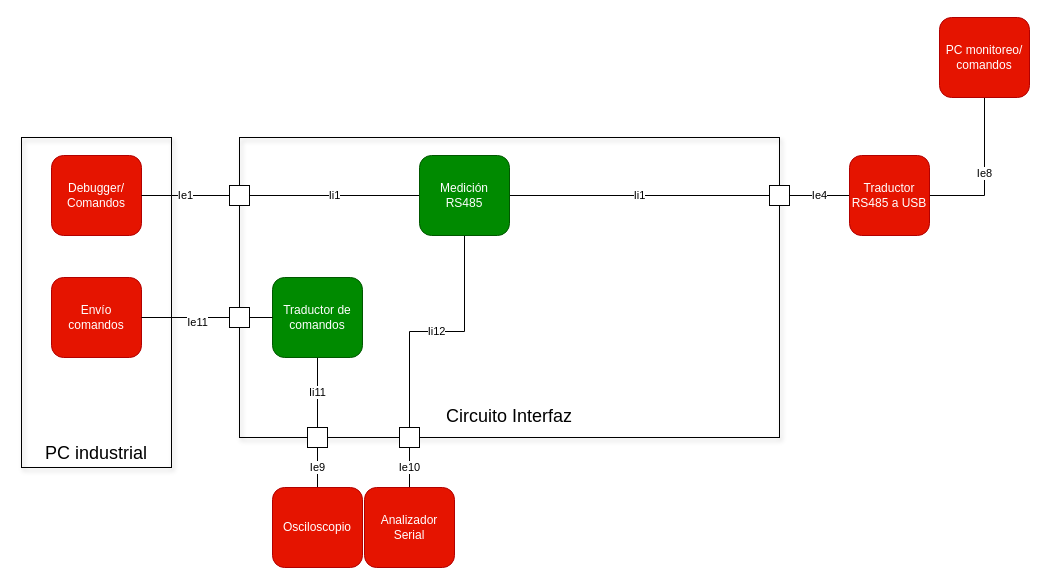
This is page "Page-2" (2 of 2) of Drawio/Ensayo_5.drawio from gvdiaz/Diagramas_simil_Visio, a draw.io file, before an edit. Source tidied: cells renumbered, new cells numbered last; positions are measured from the earlier drawing's top-left corner, leaving out a move shared by most shapes. Both pictures are drawn from the tidied source at 100%, with x=0, y=0 at pixel (21, 17).
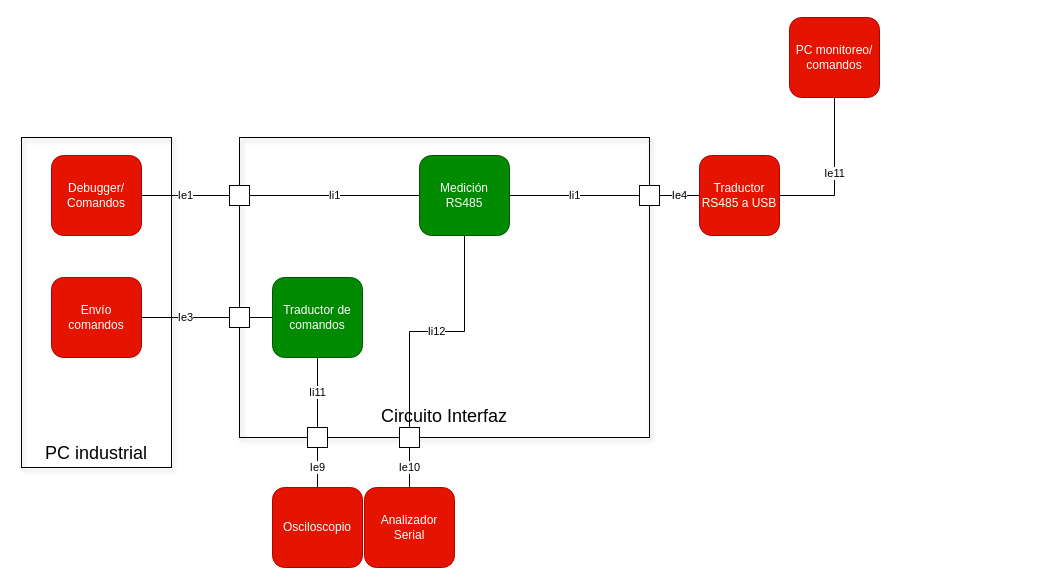
Above is the later version.

Commit message:
Acomodo bloques de diagramas para hacerlo más pequeño.

Unchanged cells that the change refers to:
```xml
<mxCell id="7" value="Envío comandos" style="rounded=1;whiteSpace=wrap;html=1;fillColor=#e51400;strokeColor=#B20000;fontColor=#ffffff;" parent="1" vertex="1">
  <mxGeometry x="30" y="260" width="90" height="80" as="geometry" />
</mxCell>
<mxCell id="12" style="rounded=0;whiteSpace=wrap;html=1;" parent="1" vertex="1">
  <mxGeometry x="208" y="290" width="20" height="20" as="geometry" />
</mxCell>
```

What changed in the source:
```diff
@@
     <mxCell id="3" value="&lt;div align=&quot;left&quot;&gt;&lt;br&gt;&lt;/div&gt;&lt;div align=&quot;left&quot;&gt;&lt;br&gt;&lt;/div&gt;&lt;div align=&quot;left&quot;&gt;&lt;br&gt;&lt;/div&gt;&lt;div align=&quot;left&quot;&gt;&lt;br&gt;&lt;/div&gt;&lt;div align=&quot;left&quot;&gt;&lt;br&gt;&lt;/div&gt;&lt;div align=&quot;left&quot;&gt;&lt;br&gt;&lt;/div&gt;&lt;div align=&quot;left&quot;&gt;&lt;br&gt;&lt;/div&gt;&lt;div align=&quot;left&quot;&gt;&lt;br&gt;&lt;/div&gt;&lt;div align=&quot;left&quot;&gt;&lt;br&gt;&lt;/div&gt;&lt;div align=&quot;left&quot;&gt;&lt;br&gt;&lt;/div&gt;&lt;div align=&quot;left&quot;&gt;&lt;br&gt;&lt;/div&gt;&lt;div align=&quot;left&quot;&gt;&lt;br&gt;&lt;/div&gt;&lt;div align=&quot;left&quot;&gt;Circuito Interfaz&lt;br&gt;&lt;/div&gt;" style="whiteSpace=wrap;html=1;shadow=1;fontSize=18;fillColor=none;" parent="1" vertex="1">
-      <mxGeometry x="218" y="120" width="540" height="300" as="geometry" />
+      <mxGeometry x="218" y="120" width="410" height="300" as="geometry" />
     </mxCell>
@@
-    <mxCell id="15" value="Ie8" style="edgeStyle=orthogonalEdgeStyle;rounded=0;jettySize=auto;html=1;exitX=1;exitY=0.5;exitDx=0;exitDy=0;endArrow=none;endFill=0;" parent="1" edge="1" source="16" target="17">
+    <mxCell id="15" value="Ie11" style="edgeStyle=orthogonalEdgeStyle;rounded=0;jettySize=auto;html=1;exitX=1;exitY=0.5;exitDx=0;exitDy=0;endArrow=none;endFill=0;" parent="1" edge="1" source="16" target="17">
       <mxGeometry relative="1" as="geometry" />
     </mxCell>
     <mxCell id="16" value="Traductor RS485 a USB" style="rounded=1;whiteSpace=wrap;html=1;fillColor=#e51400;strokeColor=#B20000;fontColor=#ffffff;" parent="1" vertex="1">
-      <mxGeometry x="828" y="138" width="80" height="80" as="geometry" />
+      <mxGeometry x="678" y="138" width="80" height="80" as="geometry" />
     </mxCell>
     <mxCell id="17" value="&lt;div&gt;PC monitoreo/&lt;/div&gt;&lt;div&gt;comandos&lt;/div&gt;" style="rounded=1;whiteSpace=wrap;html=1;fillColor=#e51400;strokeColor=#B20000;fontColor=#ffffff;" parent="1" vertex="1">
-      <mxGeometry x="918" width="90" height="80" as="geometry" />
+      <mxGeometry x="768" width="90" height="80" as="geometry" />
     </mxCell>
     <mxCell id="18" style="rounded=0;whiteSpace=wrap;html=1;" parent="1" vertex="1">
-      <mxGeometry x="748" y="168" width="20" height="20" as="geometry" />
+      <mxGeometry x="618" y="168" width="20" height="20" as="geometry" />
     </mxCell>
@@
-    <mxCell id="24" style="edgeStyle=orthogonalEdgeStyle;rounded=0;jettySize=auto;html=1;exitX=1;exitY=0.5;exitDx=0;exitDy=0;entryX=0;entryY=0.5;entryDx=0;entryDy=0;endArrow=none;endFill=0;" parent="1" edge="1" source="7" target="12">
+    <mxCell id="24" value="Ie3" style="edgeStyle=orthogonalEdgeStyle;rounded=0;jettySize=auto;html=1;exitX=1;exitY=0.5;exitDx=0;exitDy=0;entryX=0;entryY=0.5;entryDx=0;entryDy=0;endArrow=none;endFill=0;" parent="1" edge="1" source="7" target="12">
       <mxGeometry relative="1" as="geometry" />
     </mxCell>
-    <mxCell id="25" value="Ie11" style="edgeLabel;html=1;align=center;verticalAlign=middle;" parent="24" vertex="1">
-      <mxGeometry x="0.25" y="-4" relative="1" as="geometry" />
-    </mxCell>
```
